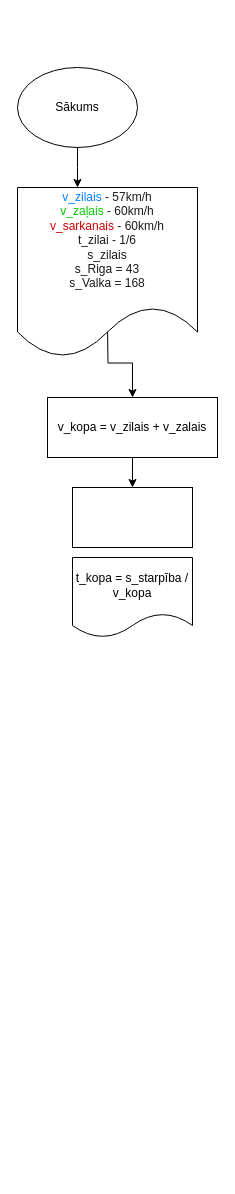
Selgascepums/Skola keeps this draw.io diagram as Diagramma bez nosaukuma.drawio. Above is the earlier version. Source tidied: cells renumbered, new cells numbered last; positions are measured from the earlier drawing's top-left corner, leaving out a move shared by most shapes. Both pictures are drawn from the tidied source at 100%, with x=0, y=0 at pixel (17, 67).
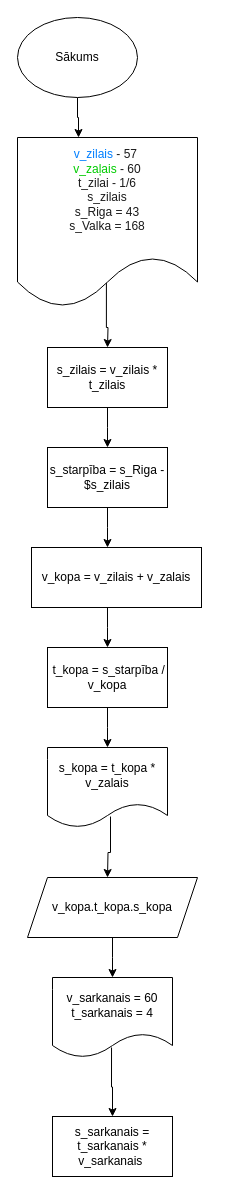
After the change.

The edit, as a diff of the source:
```diff
@@
-    <mxCell id="2" style="edgeStyle=orthogonalEdgeStyle;rounded=0;jettySize=auto;html=1;" parent="1" edge="1" source="3">
-      <mxGeometry relative="1" as="geometry">
-        <mxPoint x="60" y="120" as="targetPoint" />
-      </mxGeometry>
+    <mxCell id="2" style="edgeStyle=orthogonalEdgeStyle;rounded=0;jettySize=auto;html=1;entryX=0.339;entryY=0;entryDx=0;entryDy=0;entryPerimeter=0;" parent="1" edge="1" source="3" target="5">
+      <mxGeometry relative="1" as="geometry" />
     </mxCell>
     <mxCell id="3" value="Sākums" style="ellipse;whiteSpace=wrap;html=1;" parent="1" vertex="1">
-      <mxGeometry width="120" height="80" as="geometry" />
+      <mxGeometry y="-50" width="120" height="80" as="geometry" />
     </mxCell>
-    <mxCell id="4" style="edgeStyle=orthogonalEdgeStyle;rounded=0;jettySize=auto;html=1;" parent="1" edge="1" target="7">
-      <mxGeometry relative="1" as="geometry">
-        <mxPoint x="90" y="260" as="sourcePoint" />
-      </mxGeometry>
-    </mxCell>
+    <mxCell id="10" style="edgeStyle=orthogonalEdgeStyle;rounded=0;jettySize=auto;html=1;exitX=0.494;exitY=0.841;exitDx=0;exitDy=0;exitPerimeter=0;" parent="1" edge="1" source="5">
+      <mxGeometry relative="1" as="geometry">
+        <mxPoint x="90" y="280" as="targetPoint" />
+      </mxGeometry>
+    </mxCell>
-    <mxCell id="5" value="&lt;font color=&quot;#007fff&quot;&gt;v_zilais&amp;nbsp;&lt;/font&gt;&lt;font color=&quot;#1a1a1a&quot;&gt;- 57km/h&lt;/font&gt;&lt;div&gt;&lt;font color=&quot;#00cc00&quot;&gt;v_zaļais&amp;nbsp;&lt;/font&gt;&lt;font color=&quot;#1a1a1a&quot;&gt;- 60km/h&lt;/font&gt;&lt;/div&gt;&lt;div&gt;&lt;font color=&quot;#cc0000&quot;&gt;v_sarkanais&amp;nbsp;&lt;/font&gt;&lt;font color=&quot;#1a1a1a&quot;&gt;- 60km/h&lt;/font&gt;&lt;/div&gt;&lt;div&gt;&lt;font color=&quot;#1a1a1a&quot;&gt;t_zilai - 1/6&lt;/font&gt;&lt;/div&gt;&lt;div&gt;&lt;font color=&quot;#1a1a1a&quot;&gt;s_zilais&lt;/font&gt;&lt;/div&gt;&lt;div&gt;&lt;font color=&quot;#1a1a1a&quot;&gt;s_Riga = 43&lt;/font&gt;&lt;/div&gt;&lt;div&gt;&lt;font color=&quot;#1a1a1a&quot;&gt;s_Valka = 168&lt;/font&gt;&lt;/div&gt;&lt;div&gt;&lt;br&gt;&lt;/div&gt;" style="shape=document;whiteSpace=wrap;html=1;boundedLbl=1;" parent="1" vertex="1">
-      <mxGeometry y="120" width="180" height="170" as="geometry" />
+    <mxCell id="5" value="&lt;font color=&quot;#007fff&quot;&gt;v_zilais&amp;nbsp;&lt;/font&gt;&lt;font color=&quot;#1a1a1a&quot;&gt;- 57&amp;nbsp;&lt;/font&gt;&lt;div&gt;&lt;font color=&quot;#00cc00&quot;&gt;v_zaļais&amp;nbsp;&lt;/font&gt;&lt;font color=&quot;#1a1a1a&quot;&gt;- 60&lt;/font&gt;&lt;/div&gt;&lt;div&gt;&lt;span style=&quot;color: rgb(26, 26, 26); background-color: initial;&quot;&gt;t_zilai - 1/6&lt;/span&gt;&lt;br&gt;&lt;/div&gt;&lt;div&gt;&lt;font color=&quot;#1a1a1a&quot;&gt;s_zilais&lt;/font&gt;&lt;/div&gt;&lt;div&gt;&lt;font color=&quot;#1a1a1a&quot;&gt;s_Riga = 43&lt;/font&gt;&lt;/div&gt;&lt;div&gt;&lt;font color=&quot;#1a1a1a&quot;&gt;s_Valka = 168&lt;/font&gt;&lt;/div&gt;&lt;div&gt;&lt;br&gt;&lt;/div&gt;" style="shape=document;whiteSpace=wrap;html=1;boundedLbl=1;" parent="1" vertex="1">
+      <mxGeometry y="70" width="180" height="170" as="geometry" />
     </mxCell>
-    <mxCell id="6" style="edgeStyle=orthogonalEdgeStyle;rounded=0;jettySize=auto;html=1;" parent="1" edge="1" source="7" target="9">
-      <mxGeometry relative="1" as="geometry" />
-    </mxCell>
+    <mxCell id="11" style="edgeStyle=orthogonalEdgeStyle;rounded=0;jettySize=auto;html=1;exitX=0.447;exitY=1;exitDx=0;exitDy=0;exitPerimeter=0;" parent="1" edge="1" source="7">
+      <mxGeometry relative="1" as="geometry">
+        <mxPoint x="90" y="580" as="targetPoint" />
+      </mxGeometry>
+    </mxCell>
     <mxCell id="7" value="v_kopa = v_zilais + v_zalais" style="rounded=0;whiteSpace=wrap;html=1;" parent="1" vertex="1">
-      <mxGeometry x="30" y="330" width="170" height="60" as="geometry" />
+      <mxGeometry x="14" y="480" width="170" height="60" as="geometry" />
     </mxCell>
+    <mxCell id="12" style="edgeStyle=orthogonalEdgeStyle;rounded=0;jettySize=auto;html=1;exitX=0.525;exitY=0.863;exitDx=0;exitDy=0;exitPerimeter=0;" parent="1" edge="1" source="8">
+      <mxGeometry relative="1" as="geometry">
+        <mxPoint x="90" y="810" as="targetPoint" />
+      </mxGeometry>
+    </mxCell>
-    <mxCell id="8" value="t_kopa = s_starpība / v_kopa" style="shape=document;whiteSpace=wrap;html=1;boundedLbl=1;" parent="1" vertex="1">
-      <mxGeometry x="55" y="490" width="120" height="80" as="geometry" />
+    <mxCell id="8" value="s_kopa = t_kopa * v_zalais" style="shape=document;whiteSpace=wrap;html=1;boundedLbl=1;" parent="1" vertex="1">
+      <mxGeometry x="30" y="680" width="120" height="80" as="geometry" />
     </mxCell>
+    <mxCell id="13" style="edgeStyle=orthogonalEdgeStyle;rounded=0;jettySize=auto;html=1;" parent="1" edge="1" source="9">
+      <mxGeometry relative="1" as="geometry">
+        <mxPoint x="90" y="680" as="targetPoint" />
+      </mxGeometry>
+    </mxCell>
-    <mxCell id="9" style="rounded=0;whiteSpace=wrap;html=1;" parent="1" vertex="1">
-      <mxGeometry x="55" y="420" width="120" height="60" as="geometry" />
+    <mxCell id="9" value="&amp;nbsp;t_kopa = s_starpība / v_kopa" style="rounded=0;whiteSpace=wrap;html=1;" parent="1" vertex="1">
+      <mxGeometry x="30" y="580" width="120" height="60" as="geometry" />
     </mxCell>
+    <mxCell id="14" style="edgeStyle=orthogonalEdgeStyle;rounded=0;jettySize=auto;html=1;" parent="1" edge="1" source="15">
+      <mxGeometry relative="1" as="geometry">
+        <mxPoint x="90" y="480" as="targetPoint" />
+      </mxGeometry>
+    </mxCell>
+    <mxCell id="15" value="s_starpība = s_Riga - $s_zilais" style="rounded=0;whiteSpace=wrap;html=1;" parent="1" vertex="1">
+      <mxGeometry x="30" y="380" width="120" height="60" as="geometry" />
+    </mxCell>
+    <mxCell id="16" style="edgeStyle=orthogonalEdgeStyle;rounded=0;jettySize=auto;html=1;" parent="1" edge="1" source="17">
+      <mxGeometry relative="1" as="geometry">
+        <mxPoint x="90" y="380" as="targetPoint" />
+      </mxGeometry>
+    </mxCell>
+    <mxCell id="17" value="s_zilais = v_zilais * t_zilais" style="rounded=0;whiteSpace=wrap;html=1;" parent="1" vertex="1">
+      <mxGeometry x="30" y="280" width="120" height="60" as="geometry" />
+    </mxCell>
+    <mxCell id="18" style="edgeStyle=orthogonalEdgeStyle;rounded=0;jettySize=auto;html=1;" parent="1" edge="1" source="19">
+      <mxGeometry relative="1" as="geometry">
+        <mxPoint x="95" y="910" as="targetPoint" />
+      </mxGeometry>
+    </mxCell>
+    <mxCell id="19" value="v_kopa.t_kopa.s_kopa" style="shape=parallelogram;perimeter=parallelogramPerimeter;whiteSpace=wrap;html=1;fixedSize=1;" parent="1" vertex="1">
+      <mxGeometry x="10" y="810" width="170" height="60" as="geometry" />
+    </mxCell>
+    <mxCell id="20" style="edgeStyle=orthogonalEdgeStyle;rounded=0;jettySize=auto;html=1;exitX=0.492;exitY=0.875;exitDx=0;exitDy=0;exitPerimeter=0;" parent="1" edge="1" source="21" target="22">
+      <mxGeometry relative="1" as="geometry" />
+    </mxCell>
+    <mxCell id="21" value="v_sarkanais = 60&lt;div&gt;t_sarkanais = 4&lt;/div&gt;" style="shape=document;whiteSpace=wrap;html=1;boundedLbl=1;" parent="1" vertex="1">
+      <mxGeometry x="35" y="910" width="120" height="80" as="geometry" />
+    </mxCell>
+    <mxCell id="22" value="s_sarkanais = t_sarkanais * v_sarkanais&amp;nbsp;" style="rounded=0;whiteSpace=wrap;html=1;" parent="1" vertex="1">
+      <mxGeometry x="35" y="1049" width="120" height="60" as="geometry" />
+    </mxCell>
```
